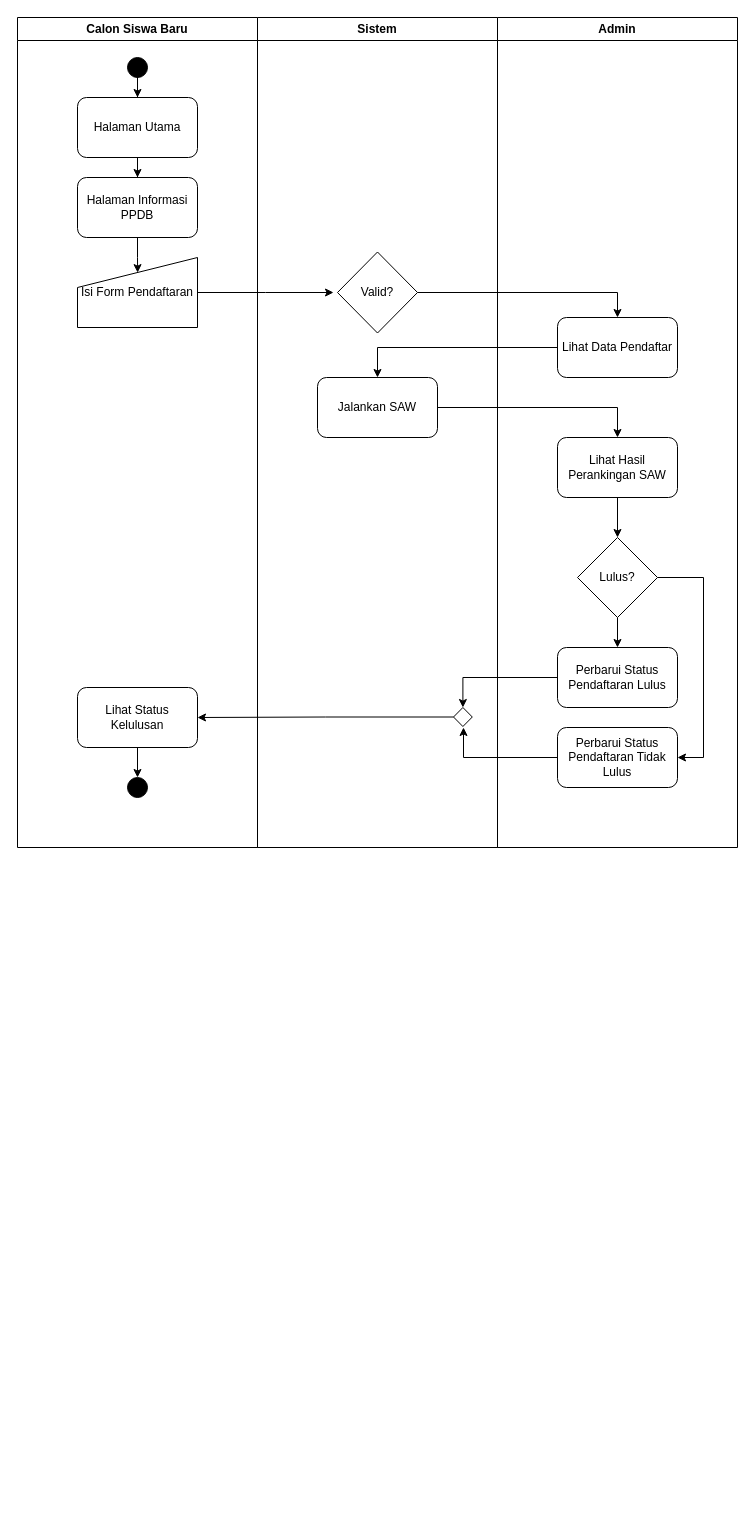
Above: design/diagram-activity-proposal.drawio in ryotwell/draw.io (draw.io), before the change. Source tidied: cells renumbered, new cells numbered last; positions are measured from the earlier drawing's top-left corner, leaving out a move shared by most shapes. Both pictures are drawn from the tidied source at 100%, with x=0, y=0 at pixel (17, 17).
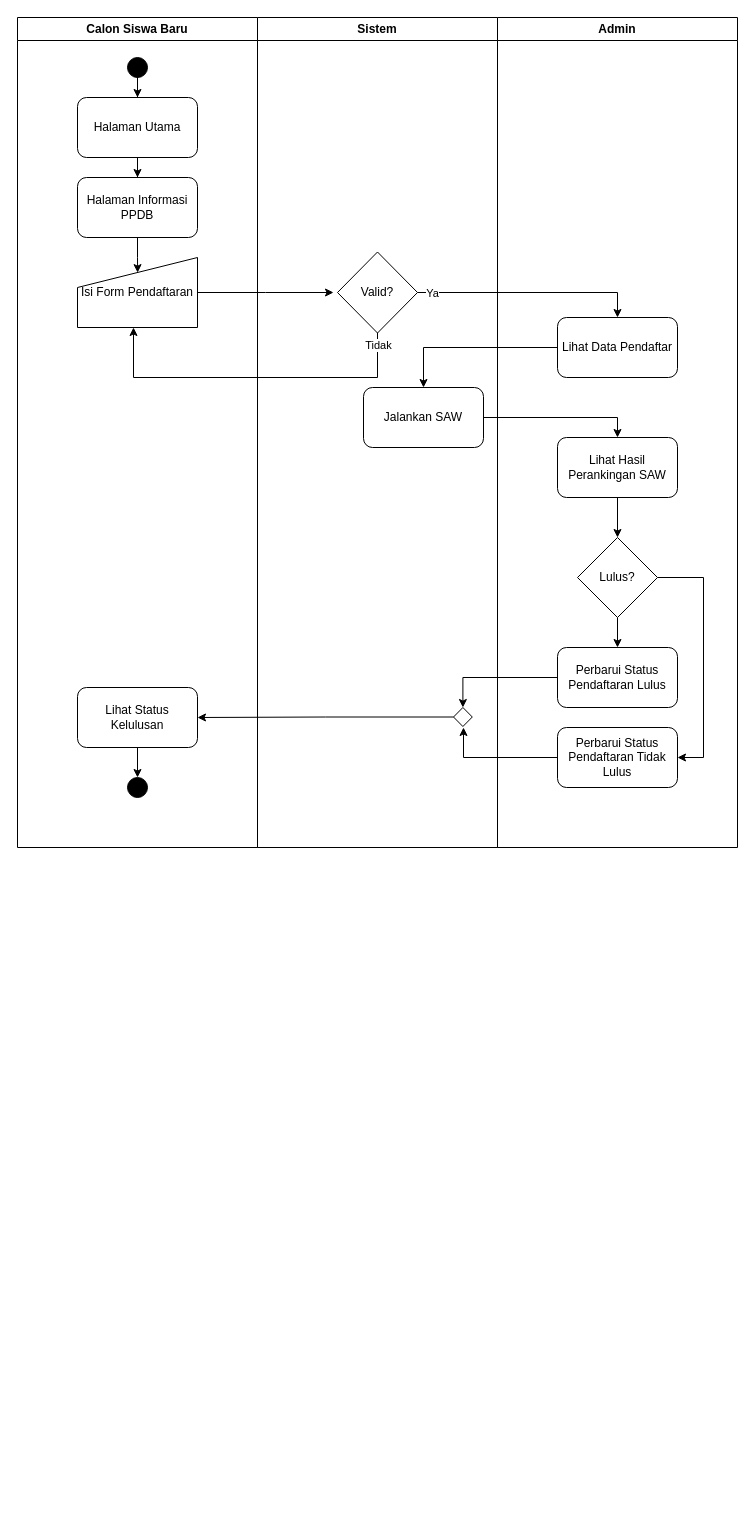
After the change.

The change refers to these unchanged cells:
```xml
<mxCell id="15" value="Sistem" style="swimlane;whiteSpace=wrap;html=1;" parent="2" vertex="1">
  <mxGeometry x="240" width="240" height="830" as="geometry" />
</mxCell>
<mxCell id="16" value="Valid?" style="rhombus;whiteSpace=wrap;html=1;" parent="15" vertex="1">
  <mxGeometry x="80" y="234.5" width="80" height="81" as="geometry" />
</mxCell>
<mxCell id="29" style="edgeStyle=orthogonalEdgeStyle;rounded=0;jettySize=auto;html=1;entryX=0.5;entryY=0;entryDx=0;entryDy=0;" parent="2" edge="1" source="16" target="20">
  <mxGeometry relative="1" as="geometry" />
</mxCell>
```

The edit, as a diff of the source:
```diff
@@
+    <mxCell id="34" style="edgeStyle=orthogonalEdgeStyle;rounded=0;jettySize=auto;html=1;" parent="15" edge="1" source="16">
+      <mxGeometry relative="1" as="geometry">
+        <mxPoint x="-124" y="310" as="targetPoint" />
+        <Array as="points">
+          <mxPoint x="120" y="360" />
+          <mxPoint x="-124" y="360" />
+        </Array>
+      </mxGeometry>
+    </mxCell>
+    <mxCell id="35" value="Tidak" style="edgeLabel;html=1;align=center;verticalAlign=middle;" parent="34" vertex="1">
+      <mxGeometry x="-0.93" relative="1" as="geometry" />
+    </mxCell>
@@
     <mxCell id="17" value="&lt;span style=&quot;color: rgb(0, 0, 0); font-family: Helvetica; font-size: 12px; font-style: normal; font-variant-ligatures: normal; font-variant-caps: normal; font-weight: 400; letter-spacing: normal; orphans: 2; text-align: center; text-indent: 0px; text-transform: none; widows: 2; word-spacing: 0px; -webkit-text-stroke-width: 0px; white-space: normal; text-decoration-thickness: initial; text-decoration-style: initial; text-decoration-color: initial; float: none; background-color: light-dark(rgb(255, 255, 255), rgb(255, 255, 255)); display: inline !important;&quot;&gt;Jalankan SAW&lt;/span&gt;" style="rounded=1;whiteSpace=wrap;html=1;" parent="15" vertex="1">
-      <mxGeometry x="60" y="360" width="120" height="60" as="geometry" />
+      <mxGeometry x="106" y="370" width="120" height="60" as="geometry" />
     </mxCell>
@@
+    <mxCell id="36" value="Ya" style="edgeLabel;html=1;align=center;verticalAlign=middle;" parent="29" vertex="1">
+      <mxGeometry x="-0.88" relative="1" as="geometry" />
+    </mxCell>
```
